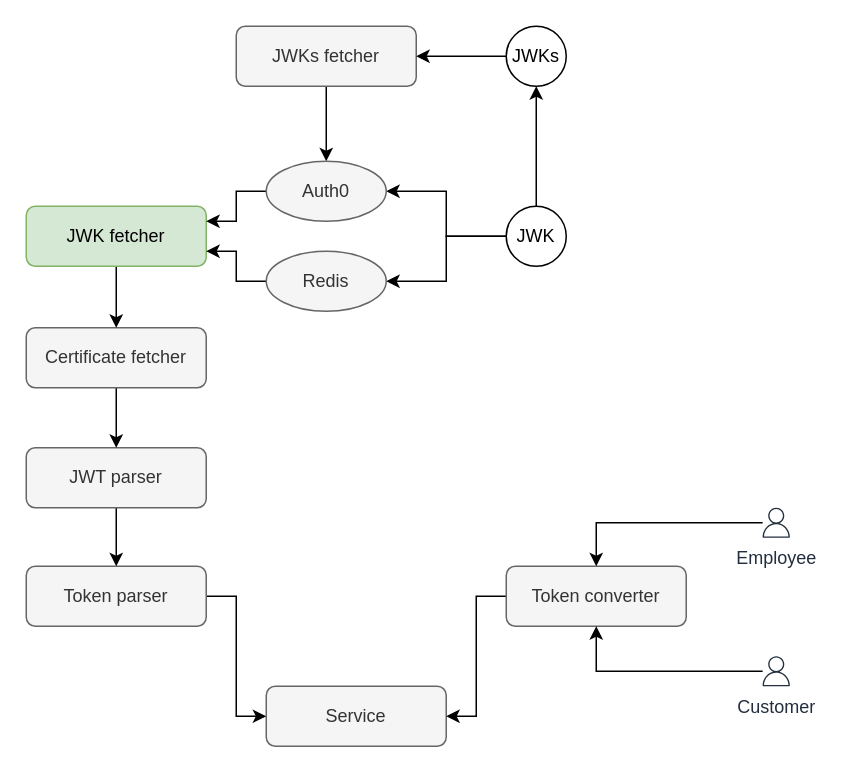
visiperf/visiauth keeps this draw.io diagram as docs/architecture.drawio. Above is the earlier version. Source tidied: cells renumbered, new cells numbered last; positions are measured from the earlier drawing's top-left corner, leaving out a move shared by most shapes. Both pictures are drawn from the tidied source at 150%, with x=0, y=0 at pixel (26, 26).
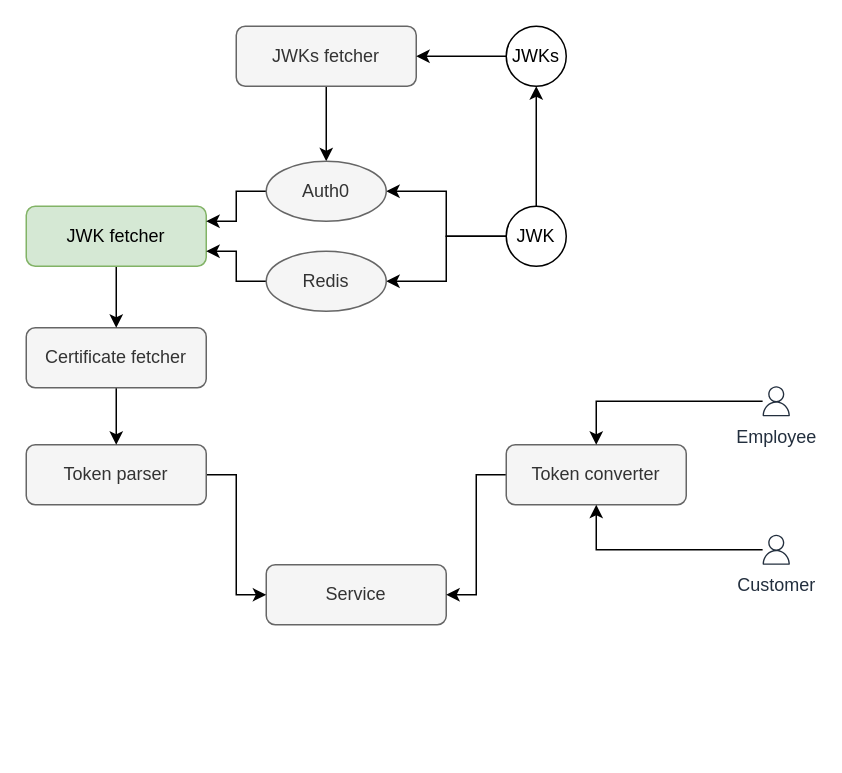
After the change.

Commit message (it also covers changes not shown here):
feat(jwt): implement token parser

The change refers to these unchanged cells:
```xml
<mxCell id="10" value="Certificate fetcher" style="rounded=1;whiteSpace=wrap;html=1;fillColor=#f5f5f5;strokeColor=#666666;fontColor=#333333;" parent="1" vertex="1">
  <mxGeometry y="201" width="120" height="40" as="geometry" />
</mxCell>
```

Change to the diagram source:
```diff
@@
     <mxCell id="2" value="Service" style="rounded=1;whiteSpace=wrap;html=1;fillColor=#f5f5f5;strokeColor=#666666;fontColor=#333333;" parent="1" vertex="1">
-      <mxGeometry x="160" y="440" width="120" height="40" as="geometry" />
+      <mxGeometry x="160" y="359" width="120" height="40" as="geometry" />
     </mxCell>
@@
     <mxCell id="4" value="Token converter" style="rounded=1;whiteSpace=wrap;html=1;fillColor=#f5f5f5;strokeColor=#666666;fontColor=#333333;" parent="1" vertex="1">
-      <mxGeometry x="320" y="360" width="120" height="40" as="geometry" />
+      <mxGeometry x="320" y="279" width="120" height="40" as="geometry" />
     </mxCell>
@@
     <mxCell id="6" value="Token parser" style="rounded=1;whiteSpace=wrap;html=1;fillColor=#f5f5f5;strokeColor=#666666;fontColor=#333333;" parent="1" vertex="1">
-      <mxGeometry y="360" width="120" height="40" as="geometry" />
+      <mxGeometry y="279" width="120" height="40" as="geometry" />
     </mxCell>
-    <mxCell id="7" style="edgeStyle=orthogonalEdgeStyle;rounded=0;jettySize=auto;html=1;entryX=0.5;entryY=0;entryDx=0;entryDy=0;" parent="1" edge="1" source="8" target="6">
-      <mxGeometry relative="1" as="geometry" />
-    </mxCell>
-    <mxCell id="8" value="JWT parser" style="rounded=1;whiteSpace=wrap;html=1;fillColor=#f5f5f5;strokeColor=#666666;fontColor=#333333;" parent="1" vertex="1">
-      <mxGeometry y="281" width="120" height="40" as="geometry" />
-    </mxCell>
-    <mxCell id="9" style="edgeStyle=orthogonalEdgeStyle;rounded=0;jettySize=auto;html=1;entryX=0.5;entryY=0;entryDx=0;entryDy=0;" parent="1" edge="1" source="10" target="8">
-      <mxGeometry relative="1" as="geometry" />
-    </mxCell>
+    <mxCell id="29" style="edgeStyle=orthogonalEdgeStyle;rounded=0;jettySize=auto;html=1;exitX=0.5;exitY=1;exitDx=0;exitDy=0;entryX=0.5;entryY=0;entryDx=0;entryDy=0;" parent="1" edge="1" source="10" target="6">
+      <mxGeometry relative="1" as="geometry" />
+    </mxCell>
@@
     <mxCell id="16" value="Customer" style="outlineConnect=0;fontColor=#232F3E;gradientColor=none;fillColor=#232F3E;strokeColor=none;dashed=0;verticalLabelPosition=bottom;verticalAlign=top;align=center;html=1;fontSize=12;fontStyle=0;shape=mxgraph.aws4.user;" parent="1" vertex="1">
-      <mxGeometry x="490" y="420" width="20" height="20" as="geometry" />
+      <mxGeometry x="490" y="339" width="20" height="20" as="geometry" />
     </mxCell>
@@
     <mxCell id="18" value="Employee" style="outlineConnect=0;fontColor=#232F3E;gradientColor=none;fillColor=#232F3E;strokeColor=none;dashed=0;verticalLabelPosition=bottom;verticalAlign=top;align=center;html=1;fontSize=12;fontStyle=0;shape=mxgraph.aws4.user;" parent="1" vertex="1">
-      <mxGeometry x="490" y="321" width="20" height="20" as="geometry" />
+      <mxGeometry x="490" y="240" width="20" height="20" as="geometry" />
     </mxCell>
```
